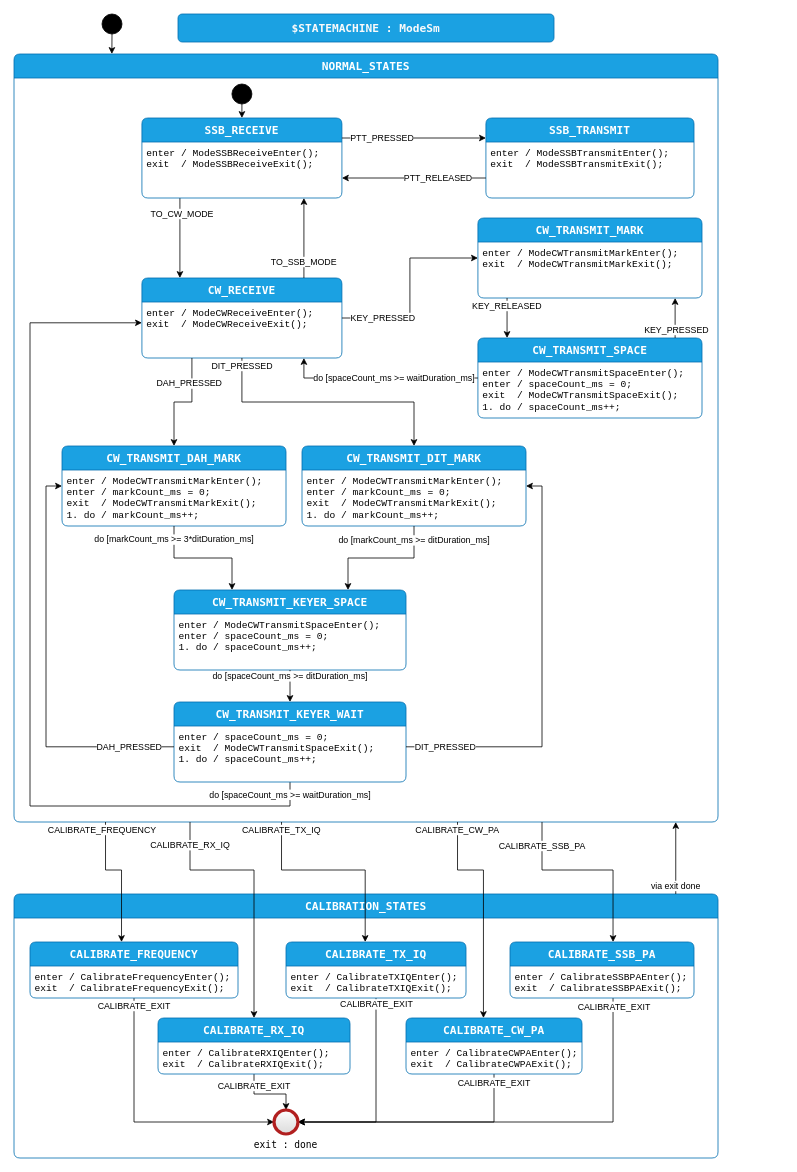
Above: page "design" (1 of 3) of code/src/PhoenixSketch/ModeSm.drawio in KI3P/Phoenix (draw.io), before the change. Source tidied: cells renumbered, new cells numbered last; positions are measured from the earlier drawing's top-left corner, leaving out a move shared by most shapes. Both pictures are drawn from the tidied source at 80%, with x=0, y=0 at pixel (14, 14).
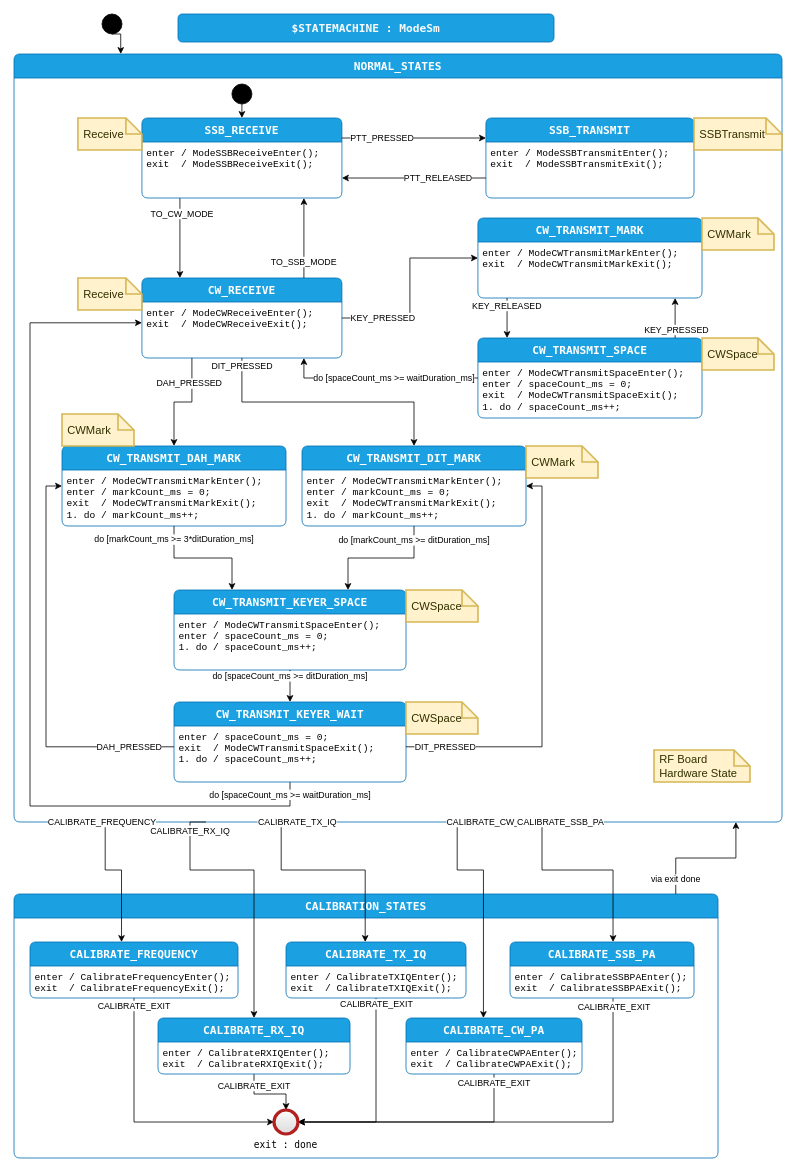
After the change.

The edit, as a diff of the source:
```diff
@@
     <mxCell id="20" value="NORMAL_STATES" style="shape=swimlane;align=center;verticalAlign=top;fontFamily=Lucida Console;startSize=30;fontSize=14;fontStyle=1;fontColor=#ffffff;fillColor=#1ba1e2;swimlaneFillColor=default;rounded=1;arcSize=15;absoluteArcSize=1;points=[[0,0,0,0,0],[0,0.06,0,0,0],[0,0.13,0,0,0],[0,0.19,0,0,0],[0,0.25,0,0,0],[0,0.31,0,0,0],[0,0.38,0,0,0],[0,0.44,0,0,0],[0,0.5,0,0,0],[0,0.56,0,0,0],[0,0.63,0,0,0],[0,0.69,0,0,0],[0,0.75,0,0,0],[0,0.81,0,0,0],[0,0.88,0,0,0],[0,0.94,0,0,0],[0,1,0,0,0],[0.06,0,0,0,0],[0.06,1,0,0,0],[0.13,0,0,0,0],[0.13,1,0,0,0],[0.19,0,0,0,0],[0.19,1,0,0,0],[0.25,0,0,0,0],[0.25,1,0,0,0],[0.31,0,0,0,0],[0.31,1,0,0,0],[0.38,0,0,0,0],[0.38,1,0,0,0],[0.44,0,0,0,0],[0.44,1,0,0,0],[0.5,0,0,0,0],[0.5,1,0,0,0],[0.56,0,0,0,0],[0.56,1,0,0,0],[0.63,0,0,0,0],[0.63,1,0,0,0],[0.69,0,0,0,0],[0.69,1,0,0,0],[0.75,0,0,0,0],[0.75,1,0,0,0],[0.81,0,0,0,0],[0.81,1,0,0,0],[0.88,0,0,0,0],[0.88,1,0,0,0],[0.94,0,0,0,0],[0.94,1,0,0,0],[1,0,0,0,0],[1,0.06,0,0,0],[1,0.13,0,0,0],[1,0.19,0,0,0],[1,0.25,0,0,0],[1,0.31,0,0,0],[1,0.38,0,0,0],[1,0.44,0,0,0],[1,0.5,0,0,0],[1,0.56,0,0,0],[1,0.63,0,0,0],[1,0.69,0,0,0],[1,0.75,0,0,0],[1,0.81,0,0,0],[1,0.88,0,0,0],[1,0.94,0,0,0],[1,1,0,0,0]];strokeColor=#006EAF;" parent="1" vertex="1">
-      <mxGeometry y="50" width="880" height="960" as="geometry" />
+      <mxGeometry y="50" width="960" height="960" as="geometry" />
     </mxCell>
@@
+    <mxCell id="67" value="Receive" style="shape=note;strokeWidth=2;fontSize=14;size=20;whiteSpace=wrap;html=1;fillColor=#fff2cc;strokeColor=#d6b656;fontColor=#303000;align=left;spacingLeft=5;" parent="20" vertex="1">
+      <mxGeometry x="79.9" y="80" width="80" height="40" as="geometry" />
+    </mxCell>
+    <mxCell id="68" value="Receive" style="shape=note;strokeWidth=2;fontSize=14;size=20;whiteSpace=wrap;html=1;fillColor=#fff2cc;strokeColor=#d6b656;fontColor=#303000;align=left;spacingLeft=5;" parent="20" vertex="1">
+      <mxGeometry x="79.9" y="280" width="80" height="40" as="geometry" />
+    </mxCell>
+    <mxCell id="69" value="SSBTransmit" style="shape=note;strokeWidth=2;fontSize=14;size=20;whiteSpace=wrap;html=1;fillColor=#fff2cc;strokeColor=#d6b656;fontColor=#303000;align=left;spacingLeft=5;" parent="20" vertex="1">
+      <mxGeometry x="850" y="80" width="110" height="40" as="geometry" />
+    </mxCell>
+    <mxCell id="70" value="CWMark" style="shape=note;strokeWidth=2;fontSize=14;size=20;whiteSpace=wrap;html=1;fillColor=#fff2cc;strokeColor=#d6b656;fontColor=#303000;align=left;spacingLeft=5;" parent="20" vertex="1">
+      <mxGeometry x="860" y="205" width="90" height="40" as="geometry" />
+    </mxCell>
+    <mxCell id="71" value="CWSpace" style="shape=note;strokeWidth=2;fontSize=14;size=20;whiteSpace=wrap;html=1;fillColor=#fff2cc;strokeColor=#d6b656;fontColor=#303000;align=left;spacingLeft=5;" parent="20" vertex="1">
+      <mxGeometry x="860" y="355" width="90" height="40" as="geometry" />
+    </mxCell>
+    <mxCell id="72" value="CWMark" style="shape=note;strokeWidth=2;fontSize=14;size=20;whiteSpace=wrap;html=1;fillColor=#fff2cc;strokeColor=#d6b656;fontColor=#303000;align=left;spacingLeft=5;" parent="20" vertex="1">
+      <mxGeometry x="640" y="490" width="90" height="40" as="geometry" />
+    </mxCell>
+    <mxCell id="73" value="CWMark" style="shape=note;strokeWidth=2;fontSize=14;size=20;whiteSpace=wrap;html=1;fillColor=#fff2cc;strokeColor=#d6b656;fontColor=#303000;align=left;spacingLeft=5;" parent="20" vertex="1">
+      <mxGeometry x="60" y="450" width="90" height="40" as="geometry" />
+    </mxCell>
+    <mxCell id="74" value="CWSpace" style="shape=note;strokeWidth=2;fontSize=14;size=20;whiteSpace=wrap;html=1;fillColor=#fff2cc;strokeColor=#d6b656;fontColor=#303000;align=left;spacingLeft=5;" parent="20" vertex="1">
+      <mxGeometry x="490" y="670" width="90" height="40" as="geometry" />
+    </mxCell>
+    <mxCell id="75" value="CWSpace" style="shape=note;strokeWidth=2;fontSize=14;size=20;whiteSpace=wrap;html=1;fillColor=#fff2cc;strokeColor=#d6b656;fontColor=#303000;align=left;spacingLeft=5;" parent="20" vertex="1">
+      <mxGeometry x="489.9" y="810" width="90" height="40" as="geometry" />
+    </mxCell>
+    <mxCell id="76" value="RF Board Hardware State" style="shape=note;strokeWidth=2;fontSize=14;size=20;whiteSpace=wrap;html=1;fillColor=#fff2cc;strokeColor=#d6b656;fontColor=#303000;align=left;spacingLeft=5;" parent="20" vertex="1">
+      <mxGeometry x="800" y="870" width="120" height="40" as="geometry" />
+    </mxCell>
```
